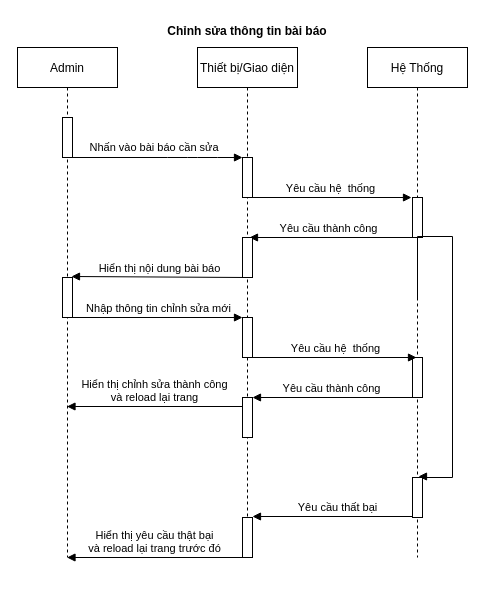
LuanMinhNguyen/nhom2thuctapchuyennganh keeps this draw.io diagram as Drawio/Edit_News.drawio. Above is the earlier version. Source tidied: cells renumbered, new cells numbered last; positions are measured from the earlier drawing's top-left corner, leaving out a move shared by most shapes. Both pictures are drawn from the tidied source at 100%, with x=0, y=0 at pixel (17, 17).
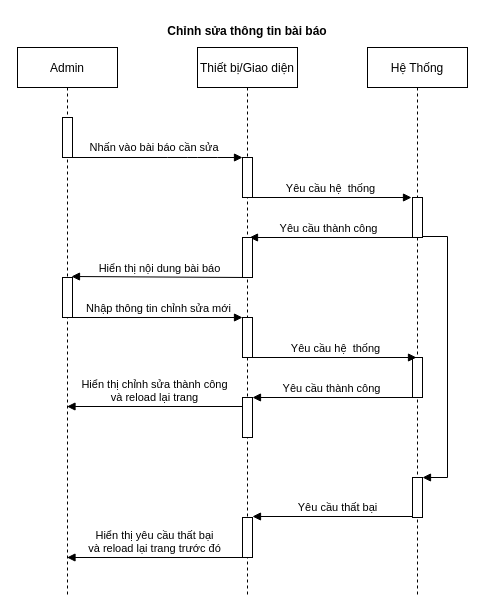
After the change.

Unchanged cells that the change refers to:
```xml
<mxCell id="8" style="points=[];perimeter=orthogonalPerimeter;rounded=0;shadow=0;strokeWidth=1;" parent="7" vertex="1">
  <mxGeometry x="45" y="150" width="10" height="40" as="geometry" />
</mxCell>
<mxCell id="24" style="html=1;points=[];perimeter=orthogonalPerimeter;" parent="1" vertex="1">
  <mxGeometry x="395" y="460" width="10" height="40" as="geometry" />
</mxCell>
```

What changed in the source:
```diff
@@
     <mxCell id="2" value="Admin" style="shape=umlLifeline;perimeter=lifelinePerimeter;rounded=0;shadow=0;strokeWidth=1;" parent="1" vertex="1">
-      <mxGeometry y="30" width="100" height="510" as="geometry" />
+      <mxGeometry y="30" width="100" height="550" as="geometry" />
     </mxCell>
@@
     <mxCell id="4" value="Thiết bị/Giao diện" style="shape=umlLifeline;perimeter=lifelinePerimeter;rounded=0;shadow=0;strokeWidth=1;" parent="1" vertex="1">
-      <mxGeometry x="180" y="30" width="100" height="470" as="geometry" />
+      <mxGeometry x="180" y="30" width="100" height="550" as="geometry" />
     </mxCell>
@@
     <mxCell id="7" value="Hệ Thống" style="shape=umlLifeline;perimeter=lifelinePerimeter;rounded=0;shadow=0;strokeWidth=1;" parent="1" vertex="1">
-      <mxGeometry x="350" y="30" width="100" height="510" as="geometry" />
+      <mxGeometry x="350" y="30" width="100" height="550" as="geometry" />
     </mxCell>
@@
-    <mxCell id="14" style="edgeStyle=orthogonalEdgeStyle;html=1;align=left;spacingLeft=2;endArrow=block;rounded=0;exitX=0.5;exitY=0.493;exitDx=0;exitDy=0;exitPerimeter=0;entryX=0.6;entryY=-0.025;entryDx=0;entryDy=0;entryPerimeter=0;" parent="1" edge="1" source="7" target="24">
+    <mxCell id="14" style="edgeStyle=orthogonalEdgeStyle;html=1;align=left;spacingLeft=2;endArrow=block;rounded=0;" parent="1" edge="1" source="8" target="24">
       <mxGeometry y="85" relative="1" as="geometry">
         <Array as="points">
-          <mxPoint x="400" y="219" />
-          <mxPoint x="435" y="219" />
-          <mxPoint x="435" y="460" />
-          <mxPoint x="405" y="460" />
-          <mxPoint x="405" y="459" />
+          <mxPoint x="430" y="219" />
+          <mxPoint x="430" y="460" />
         </Array>
       </mxGeometry>
     </mxCell>
@@
-    <mxCell id="26" value="Hiển thị yêu cầu thật bại&lt;br&gt;và reload lại trang trước đó" style="html=1;verticalAlign=bottom;endArrow=block;exitX=0.5;exitY=1;exitDx=0;exitDy=0;exitPerimeter=0;" parent="1" edge="1" target="2">
+    <mxCell id="26" value="Hiển thị yêu cầu thất bại&lt;br&gt;và reload lại trang trước đó" style="html=1;verticalAlign=bottom;endArrow=block;exitX=0.5;exitY=1;exitDx=0;exitDy=0;exitPerimeter=0;" parent="1" edge="1" target="2">
       <mxGeometry relative="1" as="geometry">
         <mxPoint x="225" y="540" as="sourcePoint" />
       </mxGeometry>
     </mxCell>
```
